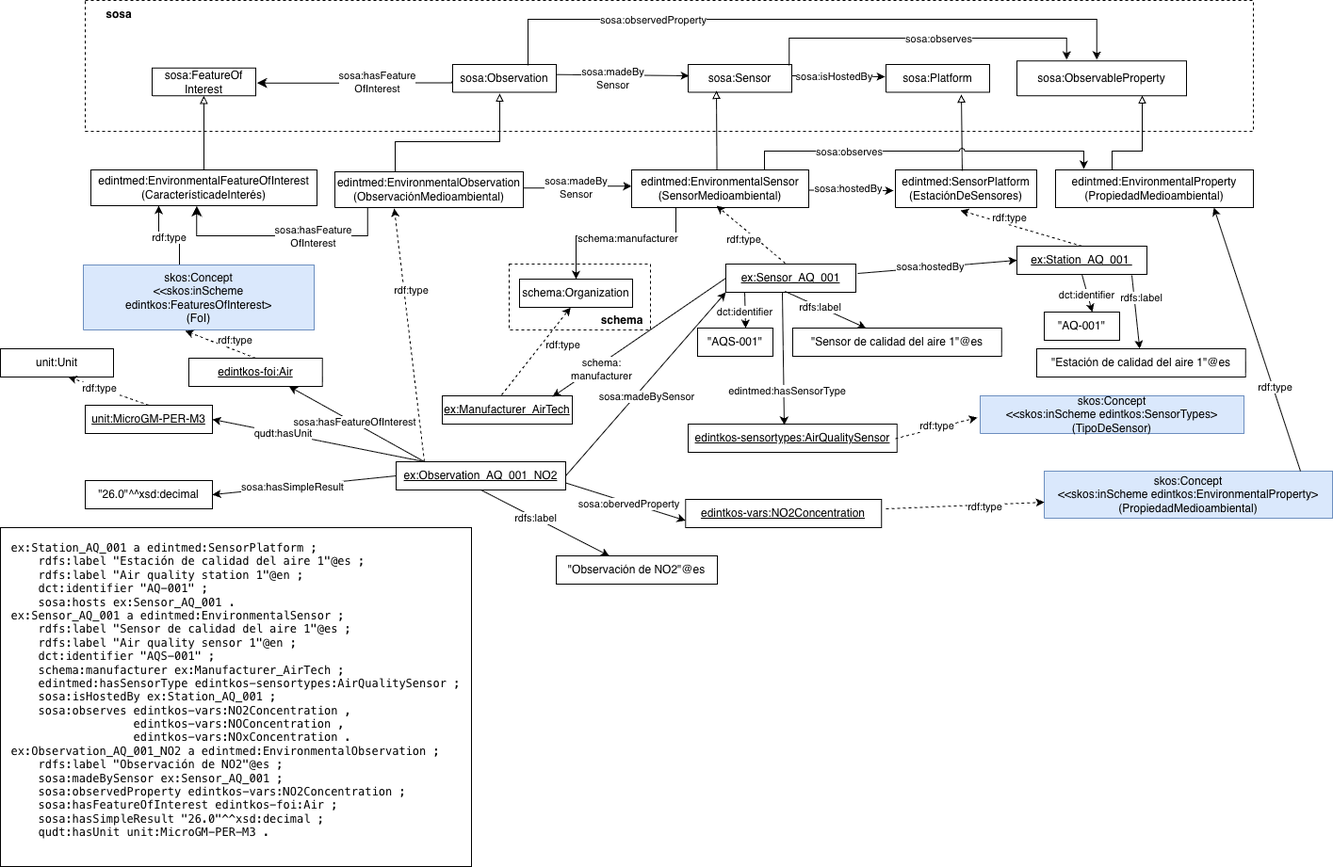
Before: documentation/images/diagram.png, a diagram exported from draw.io (EDINT-Ontologia/edint-ontologia-calidad-aire). Source tidied: cells renumbered, new cells last; positions are measured from the earlier drawing's top-left corner, leaving out a move shared by most shapes.
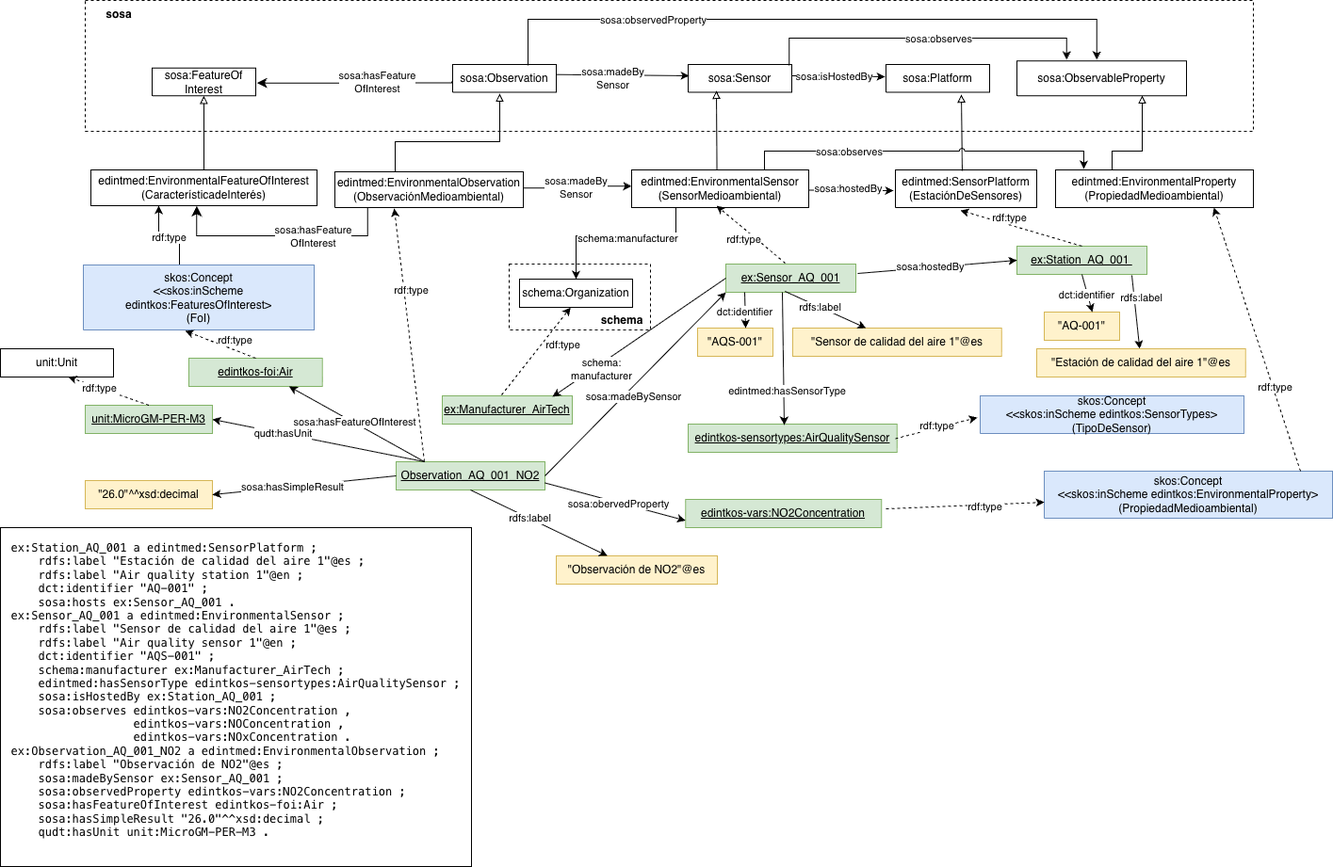
The same diagram one commit later.

What changed in the source:
```diff
@@ -201,7 +201,7 @@
     <mxCell id="44" value="edintmed:EnvironmentalFeatureOfInterest&lt;div&gt;(CaracterísticadeInterés)&lt;/div&gt;" style="rounded=0;whiteSpace=wrap;html=1;snapToPoint=1;points=[[0.1,0],[0.2,0],[0.3,0],[0.4,0],[0.5,0],[0.6,0],[0.7,0],[0.8,0],[0.9,0],[0,0.1],[0,0.3],[0,0.5],[0,0.7],[0,0.9],[0.1,1],[0.2,1],[0.3,1],[0.4,1],[0.5,1],[0.6,1],[0.7,1],[0.8,1],[0.9,1],[1,0.1],[1,0.3],[1,0.5],[1,0.7],[1,0.9]];" parent="1" vertex="1">
       <mxGeometry x="96" y="180" width="240" height="38" as="geometry" />
     </mxCell>
-    <mxCell id="45" value="&lt;u&gt;ex:Station_AQ_001&amp;nbsp;&lt;/u&gt;" style="rounded=0;whiteSpace=wrap;html=1;strokeColor=#000000;" parent="1" vertex="1">
+    <mxCell id="45" value="&lt;u&gt;ex:Station_AQ_001&amp;nbsp;&lt;/u&gt;" style="rounded=0;whiteSpace=wrap;html=1;strokeColor=#82b366;fillColor=#d5e8d4;" parent="1" vertex="1">
       <mxGeometry x="1079" y="261" width="138" height="30" as="geometry" />
     </mxCell>
     <mxCell id="46" style="endArrow=classic;html=1;rounded=0;exitX=0.5;exitY=0;exitDx=0;exitDy=0;dashed=1;entryX=0.46;entryY=1.075;entryDx=0;entryDy=0;entryPerimeter=0;" parent="1" edge="1" source="45" target="26">
@@ -212,7 +212,7 @@
         <mxPoint x="20" y="-5" as="offset" />
       </mxGeometry>
     </mxCell>
-    <mxCell id="48" value="&quot;Estación de calidad del aire 1&quot;@es" style="rounded=0;whiteSpace=wrap;html=1;strokeColor=#000000;" parent="1" vertex="1">
+    <mxCell id="48" value="&quot;Estación de calidad del aire 1&quot;@es" style="rounded=0;whiteSpace=wrap;html=1;strokeColor=#d6b656;fillColor=#fff2cc;" parent="1" vertex="1">
       <mxGeometry x="1100" y="370" width="221.8" height="30" as="geometry" />
     </mxCell>
     <mxCell id="49" style="endArrow=classic;html=1;rounded=0;exitX=0.884;exitY=1.033;exitDx=0;exitDy=0;exitPerimeter=0;" parent="1" edge="1" source="45" target="48">
@@ -223,7 +223,7 @@
         <mxPoint x="6" y="-9" as="offset" />
       </mxGeometry>
     </mxCell>
-    <mxCell id="51" value="&quot;AQ-001&quot;" style="rounded=0;whiteSpace=wrap;html=1;strokeColor=#000000;" parent="1" vertex="1">
+    <mxCell id="51" value="&quot;AQ-001&quot;" style="rounded=0;whiteSpace=wrap;html=1;strokeColor=#d6b656;fillColor=#fff2cc;" parent="1" vertex="1">
       <mxGeometry x="1108" y="331" width="80" height="30" as="geometry" />
     </mxCell>
     <mxCell id="52" style="endArrow=classic;html=1;rounded=0;entryX=0.638;entryY=0;entryDx=0;entryDy=0;exitX=0.5;exitY=1;exitDx=0;exitDy=0;entryPerimeter=0;" parent="1" edge="1" source="45" target="51">
@@ -232,7 +232,7 @@
     <mxCell id="53" value="dct:identifier" style="edgeLabel;html=1;align=center;verticalAlign=middle;" parent="52" vertex="1">
       <mxGeometry x="0.04" y="-1" relative="1" as="geometry" />
     </mxCell>
-    <mxCell id="54" value="&lt;u&gt;ex:Sensor_AQ_001&lt;/u&gt;" style="rounded=0;whiteSpace=wrap;html=1;strokeColor=#000000;" parent="1" vertex="1">
+    <mxCell id="54" value="&lt;u&gt;ex:Sensor_AQ_001&lt;/u&gt;" style="rounded=0;whiteSpace=wrap;html=1;strokeColor=#82b366;fillColor=#d5e8d4;" parent="1" vertex="1">
       <mxGeometry x="770" y="280" width="138" height="30" as="geometry" />
     </mxCell>
     <mxCell id="55" style="endArrow=classic;html=1;rounded=0;exitX=0.457;exitY=-0.033;exitDx=0;exitDy=0;dashed=1;entryX=0.46;entryY=1.075;entryDx=0;entryDy=0;entryPerimeter=0;exitPerimeter=0;" parent="1" edge="1" source="54">
@@ -245,7 +245,7 @@
         <mxPoint x="12" y="18" as="offset" />
       </mxGeometry>
     </mxCell>
-    <mxCell id="57" value="&quot;Sensor de calidad del aire 1&quot;@es" style="rounded=0;whiteSpace=wrap;html=1;strokeColor=#000000;" parent="1" vertex="1">
+    <mxCell id="57" value="&quot;Sensor de calidad del aire 1&quot;@es" style="rounded=0;whiteSpace=wrap;html=1;strokeColor=#d6b656;fillColor=#fff2cc;" parent="1" vertex="1">
       <mxGeometry x="841" y="348" width="221.8" height="30" as="geometry" />
     </mxCell>
     <mxCell id="58" style="endArrow=classic;html=1;rounded=0;exitX=0.884;exitY=1.033;exitDx=0;exitDy=0;exitPerimeter=0;" parent="1" edge="1" target="57">
@@ -256,7 +256,7 @@
     <mxCell id="59" value="rdfs:label" style="edgeLabel;html=1;align=center;verticalAlign=middle;" parent="58" vertex="1">
       <mxGeometry x="-0.15" relative="1" as="geometry" />
     </mxCell>
-    <mxCell id="60" value="&quot;AQS-001&quot;" style="rounded=0;whiteSpace=wrap;html=1;strokeColor=#000000;" parent="1" vertex="1">
+    <mxCell id="60" value="&quot;AQS-001&quot;" style="rounded=0;whiteSpace=wrap;html=1;strokeColor=#d6b656;fillColor=#fff2cc;" parent="1" vertex="1">
       <mxGeometry x="740" y="348" width="80" height="30" as="geometry" />
     </mxCell>
     <mxCell id="61" style="endArrow=classic;html=1;rounded=0;entryX=0.638;entryY=0;entryDx=0;entryDy=0;exitX=0.145;exitY=1;exitDx=0;exitDy=0;entryPerimeter=0;exitPerimeter=0;" parent="1" edge="1" source="54" target="60">
@@ -275,7 +275,7 @@
         <mxPoint y="-1" as="offset" />
       </mxGeometry>
     </mxCell>
-    <mxCell id="65" value="&lt;u&gt;ex:Manufacturer_AirTech&lt;/u&gt;" style="rounded=0;whiteSpace=wrap;html=1;strokeColor=#000000;" parent="1" vertex="1">
+    <mxCell id="65" value="&lt;u&gt;ex:Manufacturer_AirTech&lt;/u&gt;" style="rounded=0;whiteSpace=wrap;html=1;strokeColor=#82b366;fillColor=#d5e8d4;" parent="1" vertex="1">
       <mxGeometry x="469" y="420" width="138" height="30" as="geometry" />
     </mxCell>
     <mxCell id="66" style="endArrow=classic;html=1;rounded=0;exitX=0.457;exitY=-0.033;exitDx=0;exitDy=0;dashed=1;entryX=0.46;entryY=1.075;entryDx=0;entryDy=0;entryPerimeter=0;exitPerimeter=0;" parent="1" edge="1" source="65">
@@ -299,7 +299,7 @@
     <mxCell id="70" value="&lt;div&gt;skos:Concept&lt;/div&gt;&lt;div&gt;&amp;lt;&amp;lt;skos:inScheme edintkos:SensorTypes&amp;gt;&lt;/div&gt;&lt;div&gt;(TipoDeSensor)&lt;/div&gt;" style="verticalAlign=middle;align=center;vsdxID=334;shape=(stored shape, 160 characters);labelBackgroundColor=none;rounded=0;html=1;whiteSpace=wrap;fillColor=#dae8fc;strokeColor=#6c8ebf;" parent="1" vertex="1">
       <mxGeometry x="1040" y="420" width="280" height="40" as="geometry" />
     </mxCell>
-    <mxCell id="71" value="&lt;u&gt;edintkos-sensortypes:AirQualitySensor&lt;/u&gt;" style="rounded=0;whiteSpace=wrap;html=1;strokeColor=#000000;" parent="1" vertex="1">
+    <mxCell id="71" value="&lt;u&gt;edintkos-sensortypes:AirQualitySensor&lt;/u&gt;" style="rounded=0;whiteSpace=wrap;html=1;strokeColor=#82b366;fillColor=#d5e8d4;" parent="1" vertex="1">
       <mxGeometry x="730" y="450" width="221.8" height="30" as="geometry" />
     </mxCell>
     <mxCell id="72" style="endArrow=classic;html=1;rounded=0;exitX=0.457;exitY=-0.033;exitDx=0;exitDy=0;dashed=1;entryX=-0.011;entryY=0.575;entryDx=0;entryDy=0;entryPerimeter=0;exitPerimeter=0;" parent="1" edge="1" target="70">
@@ -320,10 +320,10 @@
     <mxCell id="75" value="edintmed:hasSensorType" style="edgeLabel;html=1;align=center;verticalAlign=middle;" parent="74" vertex="1">
       <mxGeometry x="0.49" y="3" relative="1" as="geometry" />
     </mxCell>
-    <mxCell id="76" value="&lt;u&gt;ex:Observation_AQ_001_NO2&lt;/u&gt;" style="rounded=0;whiteSpace=wrap;html=1;strokeColor=#000000;" parent="1" vertex="1">
-      <mxGeometry x="420" y="490" width="180" height="30" as="geometry" />
+    <mxCell id="76" value="&lt;u&gt;Observation_AQ_001_NO2&lt;/u&gt;" style="rounded=0;whiteSpace=wrap;html=1;strokeColor=#82b366;fillColor=#d5e8d4;" parent="1" vertex="1">
+      <mxGeometry x="420" y="490" width="158" height="30" as="geometry" />
     </mxCell>
-    <mxCell id="77" value="&quot;Observación de NO2&quot;@es" style="rounded=0;whiteSpace=wrap;html=1;strokeColor=#000000;" parent="1" vertex="1">
+    <mxCell id="77" value="&quot;Observación de NO2&quot;@es" style="rounded=0;whiteSpace=wrap;html=1;strokeColor=#d6b656;fillColor=#fff2cc;" parent="1" vertex="1">
       <mxGeometry x="590" y="590" width="171" height="30" as="geometry" />
     </mxCell>
     <mxCell id="78" style="endArrow=classic;html=1;rounded=0;exitX=0.5;exitY=1;exitDx=0;exitDy=0;" parent="1" edge="1" source="76" target="77">
@@ -332,7 +332,7 @@
     <mxCell id="79" value="rdfs:label" style="edgeLabel;html=1;align=center;verticalAlign=middle;" parent="78" vertex="1">
       <mxGeometry x="-0.15" relative="1" as="geometry" />
     </mxCell>
-    <mxCell id="80" value="&lt;u&gt;edintkos-vars:NO2Concentration&lt;/u&gt;" style="rounded=0;whiteSpace=wrap;html=1;strokeColor=#000000;" parent="1" vertex="1">
+    <mxCell id="80" value="&lt;u&gt;edintkos-vars:NO2Concentration&lt;/u&gt;" style="rounded=0;whiteSpace=wrap;html=1;strokeColor=#82b366;fillColor=#d5e8d4;" parent="1" vertex="1">
       <mxGeometry x="727.2" y="530" width="208" height="30" as="geometry" />
     </mxCell>
     <mxCell id="81" style="endArrow=classic;html=1;rounded=0;entryX=0;entryY=0.75;entryDx=0;entryDy=0;exitX=1;exitY=0.75;exitDx=0;exitDy=0;" parent="1" edge="1" source="76" target="80">
@@ -364,10 +364,10 @@
         <mxPoint x="-21" y="6" as="offset" />
       </mxGeometry>
     </mxCell>
-    <mxCell id="88" value="&lt;u&gt;edintkos-foi:Air&lt;/u&gt;" style="rounded=0;whiteSpace=wrap;html=1;strokeColor=#000000;" parent="1" vertex="1">
+    <mxCell id="88" value="&lt;u&gt;edintkos-foi:Air&lt;/u&gt;" style="rounded=0;whiteSpace=wrap;html=1;strokeColor=#82b366;fillColor=#d5e8d4;" parent="1" vertex="1">
       <mxGeometry x="200" y="380" width="141.8" height="30" as="geometry" />
     </mxCell>
-    <mxCell id="89" value="&lt;span&gt;&quot;26.0&quot;^^xsd:decimal&lt;/span&gt;" style="rounded=0;whiteSpace=wrap;html=1;strokeColor=#000000;fontStyle=0;" parent="1" vertex="1">
+    <mxCell id="89" value="&lt;span&gt;&quot;26.0&quot;^^xsd:decimal&lt;/span&gt;" style="rounded=0;whiteSpace=wrap;html=1;strokeColor=#d6b656;fontStyle=0;fillColor=#fff2cc;" parent="1" vertex="1">
       <mxGeometry x="90" y="510" width="135" height="30" as="geometry" />
     </mxCell>
     <mxCell id="90" style="endArrow=classic;html=1;rounded=0;exitX=0.5;exitY=0;exitDx=0;exitDy=0;dashed=1;entryX=0.441;entryY=1.014;entryDx=0;entryDy=0;entryPerimeter=0;" parent="1" edge="1" source="88" target="42">
@@ -402,7 +402,7 @@
     <mxCell id="97" value="sosa:hasSimpleResult" style="edgeLabel;html=1;align=center;verticalAlign=middle;" parent="96" vertex="1">
       <mxGeometry x="0.14" relative="1" as="geometry" />
     </mxCell>
-    <mxCell id="98" value="&lt;u&gt;unit:MicroGM-PER-M3&lt;/u&gt;" style="rounded=0;whiteSpace=wrap;html=1;strokeColor=#000000;" parent="1" vertex="1">
+    <mxCell id="98" value="&lt;span&gt;unit:MicroGM-PER-M3&lt;/span&gt;" style="rounded=0;whiteSpace=wrap;html=1;strokeColor=#82b366;fillColor=#d5e8d4;fontStyle=4;" parent="1" vertex="1">
       <mxGeometry x="90" y="430" width="135" height="30" as="geometry" />
     </mxCell>
     <mxCell id="99" style="endArrow=classic;html=1;rounded=0;entryX=1;entryY=0.5;entryDx=0;entryDy=0;" parent="1" edge="1" target="98">
@@ -424,7 +424,7 @@
         <mxPoint x="12" y="1" as="offset" />
       </mxGeometry>
     </mxCell>
-    <mxCell id="104" style="endArrow=classic;html=1;rounded=0;entryX=0.8;entryY=1;entryDx=0;entryDy=0;" parent="1" edge="1" target="28">
+    <mxCell id="104" style="endArrow=classic;html=1;rounded=0;entryX=0.8;entryY=1;entryDx=0;entryDy=0;dashed=1;" parent="1" edge="1" target="28">
       <mxGeometry relative="1" as="geometry">
         <mxPoint x="1380" y="500" as="sourcePoint" />
       </mxGeometry>
```
